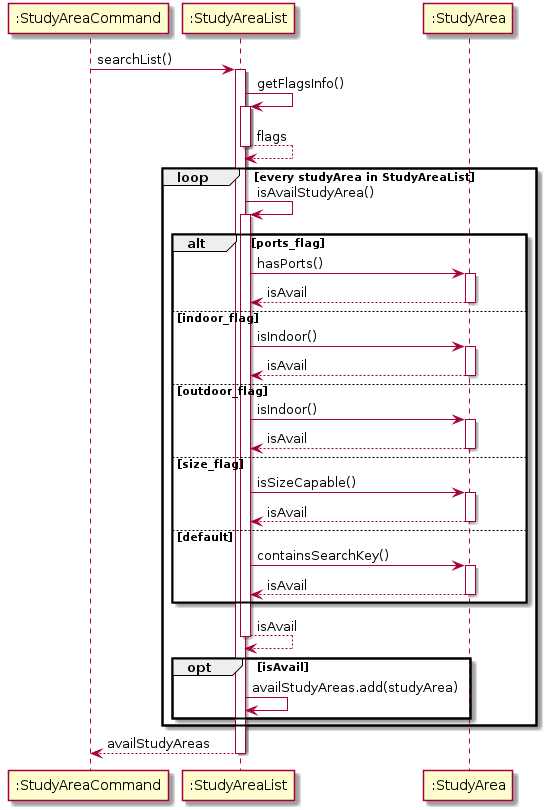
Earlier version of the PlantUML export docs/images/sL_sA_interaction.png (terrytay/tp). The source it was exported from:
```plantuml
@startuml
participant ":StudyAreaCommand" as StudyAreaCommand
participant ":StudyAreaList" as StudyAreaList
participant ":StudyArea" as StudyArea


StudyAreaCommand -> StudyAreaList : searchList()

activate StudyAreaList

  StudyAreaList -> StudyAreaList: getFlagsInfo()
  activate StudyAreaList
    StudyAreaList --> StudyAreaList: flags
  deactivate StudyAreaList


    loop every studyArea in StudyAreaList
    StudyAreaList -> StudyAreaList: isAvailStudyArea()
    activate StudyAreaList
      alt ports_flag
        StudyAreaList -> StudyArea : hasPorts()
        activate StudyArea
        StudyArea --> StudyAreaList : isAvail
        deactivate StudyArea
      else indoor_flag
        StudyAreaList -> StudyArea : isIndoor()
        activate StudyArea
        StudyArea --> StudyAreaList : isAvail
       deactivate StudyArea
      else outdoor_flag
        StudyAreaList -> StudyArea : isIndoor()
        activate StudyArea
        StudyArea --> StudyAreaList : isAvail
        deactivate StudyArea
      else size_flag
        StudyAreaList -> StudyArea : isSizeCapable()
        activate StudyArea
        StudyArea --> StudyAreaList : isAvail
        deactivate StudyArea
      else default
        StudyAreaList -> StudyArea : containsSearchKey()
        activate StudyArea
        StudyArea --> StudyAreaList : isAvail
        deactivate StudyArea
      end
    StudyAreaList --> StudyAreaList: isAvail
    deactivate StudyAreaList
    opt isAvail
      StudyAreaList -> StudyAreaList: availStudyAreas.add(studyArea)
    end
  end

StudyAreaList --> StudyAreaCommand: availStudyAreas
deactivate StudyAreaList
@enduml
```
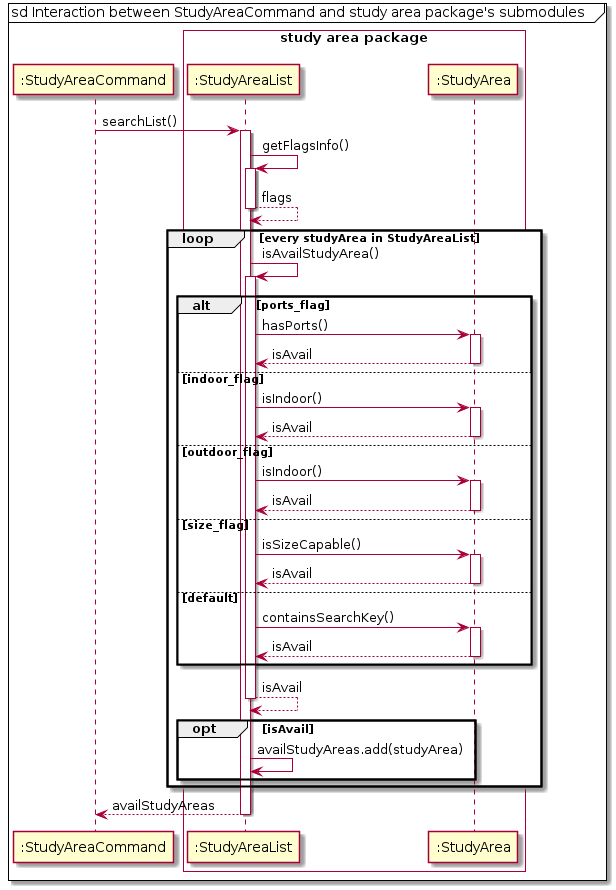
Above is the later version.

What changed in the source:
```diff
@@ -1,8 +1,12 @@
 @startuml
+mainframe sd Interaction between StudyAreaCommand and study area package's submodules          qw   aa..
+
+
 participant ":StudyAreaCommand" as StudyAreaCommand
+box "study area package\n" #white
 participant ":StudyAreaList" as StudyAreaList
 participant ":StudyArea" as StudyArea
-
+end box
 
 StudyAreaCommand -> StudyAreaList : searchList()
 
```
